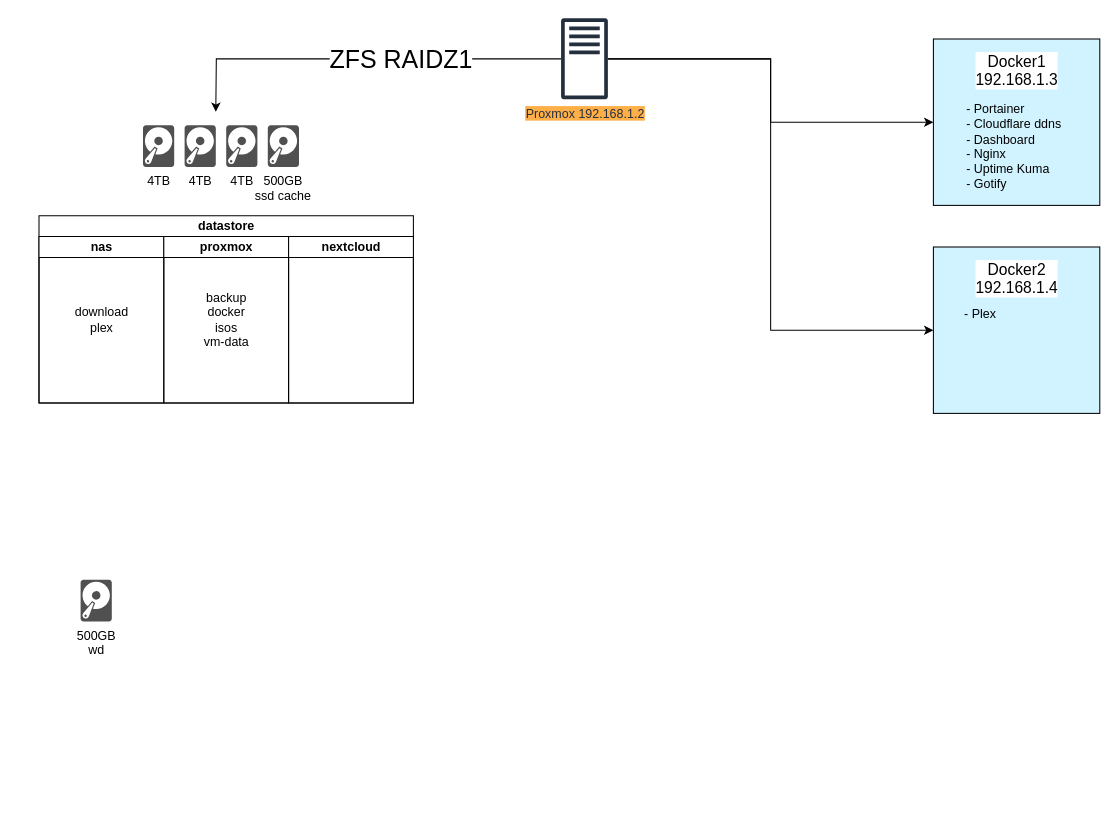
The draw.io diagram Untitled Diagram.drawio in tabzor/fff, before the edit. Source tidied: cells renumbered, new cells numbered last; positions are measured from the earlier drawing's top-left corner, leaving out a move shared by most shapes. Both pictures are drawn from the tidied source at 104%, with x=0, y=0 at pixel (38, 18).
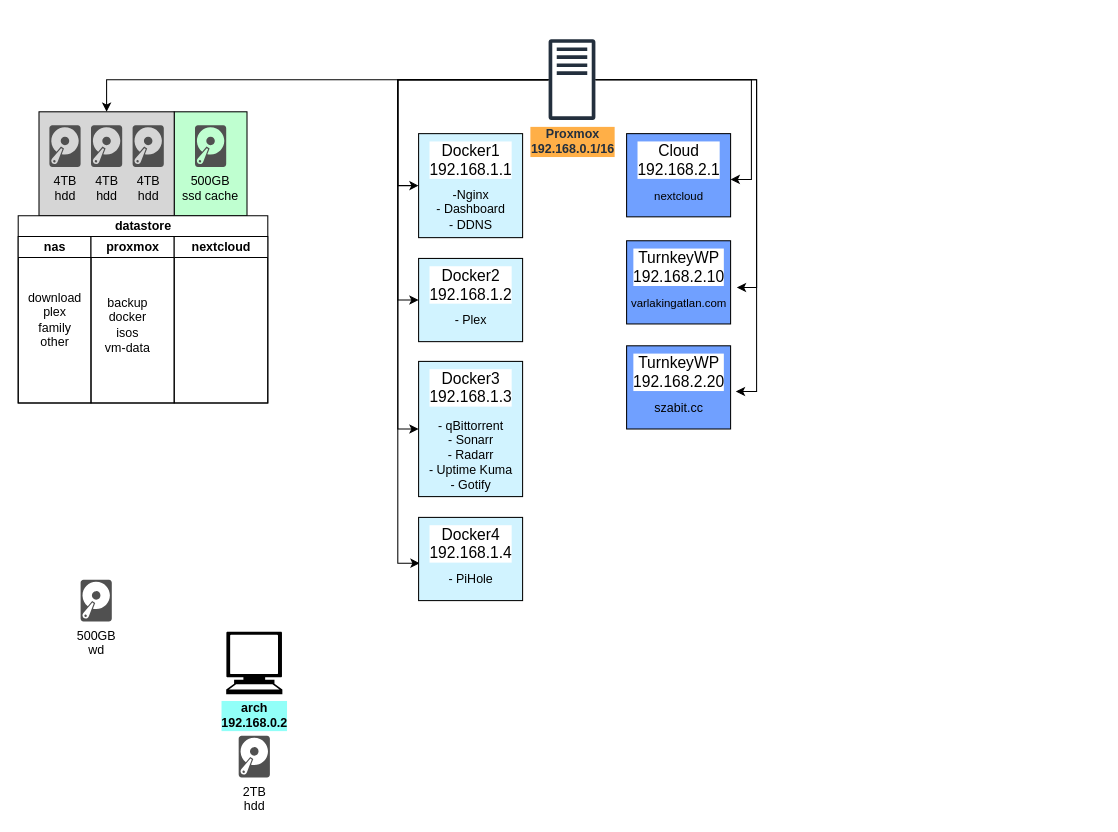
Above is the later version.

Change to the diagram source:
```diff
@@
-    <mxCell id="2" style="edgeStyle=orthogonalEdgeStyle;rounded=0;jettySize=auto;html=1;" parent="1" edge="1" source="6">
-      <mxGeometry relative="1" as="geometry">
-        <mxPoint x="170" y="90" as="targetPoint" />
-      </mxGeometry>
-    </mxCell>
-    <mxCell id="3" value="ZFS RAIDZ1" style="edgeLabel;html=1;align=center;verticalAlign=middle;fontSize=24;" parent="2" vertex="1">
-      <mxGeometry x="-0.19" relative="1" as="geometry" />
-    </mxCell>
+    <mxCell id="24" style="rounded=0;whiteSpace=wrap;html=1;fillColor=#BFFFD0;direction=east;" parent="1" vertex="1">
+      <mxGeometry x="130" y="90" width="70" height="100" as="geometry" />
+    </mxCell>
+    <mxCell id="25" style="rounded=0;whiteSpace=wrap;html=1;fillColor=#D6D6D6;direction=east;" parent="1" vertex="1">
+      <mxGeometry y="90" width="130" height="100" as="geometry" />
+    </mxCell>
@@
-    <mxCell id="5" style="edgeStyle=orthogonalEdgeStyle;rounded=0;jettySize=auto;html=1;entryX=0;entryY=0.5;entryDx=0;entryDy=0;" parent="1" edge="1" source="6" target="21">
+    <mxCell id="5" style="edgeStyle=orthogonalEdgeStyle;rounded=0;jettySize=auto;entryX=0;entryY=0.5;entryDx=0;entryDy=0;html=1;" parent="1" edge="1" source="6" target="21">
       <mxGeometry relative="1" as="geometry" />
     </mxCell>
+    <mxCell id="26" style="edgeStyle=orthogonalEdgeStyle;rounded=0;jettySize=auto;html=1;entryX=0;entryY=0.5;entryDx=0;entryDy=0;" parent="1" edge="1" source="6" target="32">
+      <mxGeometry relative="1" as="geometry" />
+    </mxCell>
+    <mxCell id="27" style="edgeStyle=orthogonalEdgeStyle;rounded=0;jettySize=auto;html=1;entryX=0.01;entryY=0.88;entryDx=0;entryDy=0;entryPerimeter=0;" parent="1" edge="1" source="6" target="40">
+      <mxGeometry relative="1" as="geometry" />
+    </mxCell>
+    <mxCell id="28" style="edgeStyle=orthogonalEdgeStyle;rounded=0;jettySize=auto;html=1;entryX=0.5;entryY=0;entryDx=0;entryDy=0;" parent="1" edge="1" source="6" target="25">
+      <mxGeometry relative="1" as="geometry" />
+    </mxCell>
+    <mxCell id="29" style="edgeStyle=orthogonalEdgeStyle;rounded=0;jettySize=auto;html=1;entryX=1;entryY=0.88;entryDx=0;entryDy=0;entryPerimeter=0;" parent="1" edge="1" source="6" target="42">
+      <mxGeometry relative="1" as="geometry" />
+    </mxCell>
+    <mxCell id="30" style="edgeStyle=orthogonalEdgeStyle;rounded=0;jettySize=auto;html=1;entryX=1.009;entryY=0.9;entryDx=0;entryDy=0;entryPerimeter=0;" parent="1" edge="1" source="6" target="45">
+      <mxGeometry relative="1" as="geometry" />
+    </mxCell>
+    <mxCell id="31" style="edgeStyle=orthogonalEdgeStyle;rounded=0;jettySize=auto;html=1;entryX=1;entryY=0.88;entryDx=0;entryDy=0;entryPerimeter=0;" parent="1" edge="1" source="6" target="48">
+      <mxGeometry relative="1" as="geometry" />
+    </mxCell>
-    <mxCell id="6" value="&lt;div&gt;Proxmox 192.168.1.2&lt;/div&gt;" style="sketch=0;outlineConnect=0;fontColor=#232F3E;gradientColor=none;fillColor=#232F3D;strokeColor=none;dashed=0;verticalLabelPosition=bottom;verticalAlign=top;align=center;html=1;fontSize=12;fontStyle=0;shape=mxgraph.aws4.traditional_server;labelBackgroundColor=#FFAF47;" parent="1" vertex="1">
-      <mxGeometry x="502" width="45" height="78" as="geometry" />
+    <mxCell id="6" value="&lt;div&gt;&lt;b&gt;Proxmox&lt;/b&gt;&lt;/div&gt;&lt;div&gt;&lt;b&gt;192.168.0.1/16&lt;/b&gt;&lt;/div&gt;" style="sketch=0;outlineConnect=0;fontColor=#232F3E;gradientColor=none;fillColor=#232F3D;strokeColor=none;dashed=0;verticalLabelPosition=bottom;verticalAlign=top;align=center;html=1;fontSize=12;fontStyle=0;shape=mxgraph.aws4.traditional_server;labelBackgroundColor=#FFAF47;" parent="1" vertex="1">
+      <mxGeometry x="490" y="20" width="45" height="78" as="geometry" />
     </mxCell>
-    <mxCell id="7" value="&lt;div align=&quot;center&quot;&gt;&lt;br&gt;&lt;/div&gt;" style="whiteSpace=wrap;html=1;align=center;labelBackgroundColor=none;labelBorderColor=none;fillColor=#D1F3FF;" parent="1" vertex="1">
-      <mxGeometry x="860" y="20" width="160" height="160" as="geometry" />
+    <mxCell id="7" value="&lt;div align=&quot;center&quot;&gt;&lt;br&gt;&lt;/div&gt;" style="whiteSpace=wrap;html=1;align=center;labelBackgroundColor=none;labelBorderColor=none;fillColor=#D1F3FF;direction=east;" parent="1" vertex="1">
+      <mxGeometry x="365" y="111" width="100" height="100" as="geometry" />
     </mxCell>
-    <mxCell id="8" value="&lt;div style=&quot;font-size: 15px;&quot;&gt;Docker1&lt;/div&gt;&lt;div style=&quot;font-size: 15px;&quot;&gt;192.168.1.3&lt;/div&gt;" style="text;html=1;align=center;verticalAlign=middle;strokeColor=none;fillColor=none;labelBackgroundColor=default;spacing=1;spacingLeft=0;spacingTop=0;labelPosition=center;verticalLabelPosition=middle;labelBorderColor=none;fontSize=15;" parent="1" vertex="1">
-      <mxGeometry x="890" y="25" width="100" height="50" as="geometry" />
+    <mxCell id="8" value="&lt;div style=&quot;font-size: 15px;&quot;&gt;Docker1&lt;/div&gt;&lt;div style=&quot;font-size: 15px;&quot;&gt;192.168.1.1&lt;/div&gt;" style="text;html=1;align=center;verticalAlign=middle;strokeColor=none;fillColor=none;labelBackgroundColor=default;spacing=1;spacingLeft=0;spacingTop=0;labelPosition=center;verticalLabelPosition=middle;labelBorderColor=none;fontSize=15;horizontal=1;" parent="1" vertex="1">
+      <mxGeometry x="365" y="111" width="100" height="50" as="geometry" />
     </mxCell>
-    <mxCell id="9" value="&lt;div&gt;- Portainer&lt;/div&gt;&lt;div&gt;- Cloudflare ddns&lt;/div&gt;&lt;div&gt;- Dashboard&lt;/div&gt;&lt;div&gt;- Nginx&lt;/div&gt;&lt;div&gt;- Uptime Kuma&lt;/div&gt;&lt;div&gt;- Gotify&lt;/div&gt;&lt;div&gt;&lt;br&gt;&lt;/div&gt;&lt;div&gt;&lt;br&gt;&lt;/div&gt;&lt;div&gt;&lt;br&gt;&lt;/div&gt;" style="text;html=1;align=left;verticalAlign=middle;strokeColor=none;fillColor=none;" parent="1" vertex="1">
-      <mxGeometry x="890" y="75" width="110" height="140" as="geometry" />
-    </mxCell>
-    <mxCell id="10" value="&lt;div&gt;4TB&lt;/div&gt;" style="sketch=0;shadow=0;dashed=0;html=1;strokeColor=none;fillColor=#505050;labelPosition=center;verticalLabelPosition=bottom;verticalAlign=top;align=center;shape=mxgraph.office.devices.hard_disk;" parent="1" vertex="1">
-      <mxGeometry x="100" y="103" width="30" height="40" as="geometry" />
+    <mxCell id="10" value="&lt;div&gt;4TB&lt;/div&gt;&lt;div&gt;hdd&lt;br&gt;&lt;/div&gt;" style="sketch=0;shadow=0;dashed=0;html=1;strokeColor=none;fillColor=#505050;labelPosition=center;verticalLabelPosition=bottom;verticalAlign=top;align=center;shape=mxgraph.office.devices.hard_disk;direction=east;" parent="1" vertex="1">
+      <mxGeometry x="10" y="103" width="30" height="40" as="geometry" />
     </mxCell>
-    <mxCell id="11" value="&lt;div&gt;4TB&lt;/div&gt;" style="sketch=0;shadow=0;dashed=0;html=1;strokeColor=none;fillColor=#505050;labelPosition=center;verticalLabelPosition=bottom;verticalAlign=top;align=center;shape=mxgraph.office.devices.hard_disk;" parent="1" vertex="1">
-      <mxGeometry x="140" y="103" width="30" height="40" as="geometry" />
+    <mxCell id="11" value="&lt;div&gt;4TB&lt;/div&gt;&lt;div&gt;hdd&lt;br&gt;&lt;/div&gt;" style="sketch=0;shadow=0;dashed=0;html=1;strokeColor=none;fillColor=#505050;labelPosition=center;verticalLabelPosition=bottom;verticalAlign=top;align=center;shape=mxgraph.office.devices.hard_disk;direction=east;" parent="1" vertex="1">
+      <mxGeometry x="50" y="103" width="30" height="40" as="geometry" />
     </mxCell>
-    <mxCell id="12" value="&lt;div&gt;4TB&lt;/div&gt;" style="sketch=0;shadow=0;dashed=0;html=1;strokeColor=none;fillColor=#505050;labelPosition=center;verticalLabelPosition=bottom;verticalAlign=top;align=center;shape=mxgraph.office.devices.hard_disk;" parent="1" vertex="1">
-      <mxGeometry x="180" y="103" width="30" height="40" as="geometry" />
+    <mxCell id="12" value="&lt;div&gt;4TB&lt;/div&gt;&lt;div&gt;hdd&lt;/div&gt;" style="sketch=0;shadow=0;dashed=0;html=1;strokeColor=none;fillColor=#505050;labelPosition=center;verticalLabelPosition=bottom;verticalAlign=top;align=center;shape=mxgraph.office.devices.hard_disk;direction=east;" parent="1" vertex="1">
+      <mxGeometry x="90" y="103" width="30" height="40" as="geometry" />
     </mxCell>
-    <mxCell id="13" value="500GB&#10;ssd cache" style="sketch=0;shadow=0;dashed=0;strokeColor=none;fillColor=#505050;labelPosition=center;verticalLabelPosition=bottom;verticalAlign=top;align=center;shape=mxgraph.office.devices.hard_disk;" parent="1" vertex="1">
-      <mxGeometry x="220" y="103" width="30" height="40" as="geometry" />
+    <mxCell id="13" value="500GB&#10;ssd cache" style="sketch=0;shadow=0;dashed=0;strokeColor=none;fillColor=#505050;labelPosition=center;verticalLabelPosition=bottom;verticalAlign=top;align=center;shape=mxgraph.office.devices.hard_disk;direction=east;" parent="1" vertex="1">
+      <mxGeometry x="150" y="103" width="30" height="40" as="geometry" />
     </mxCell>
@@
-    <mxCell id="15" value="datastore" style="swimlane;startSize=20;html=1;" parent="1" vertex="1">
-      <mxGeometry y="190" width="360" height="180" as="geometry" />
+    <mxCell id="15" value="datastore" style="swimlane;startSize=20;html=1;direction=east;" parent="1" vertex="1">
+      <mxGeometry x="-20" y="190" width="240" height="180" as="geometry" />
     </mxCell>
-    <mxCell id="16" value="nas" style="swimlane;startSize=20;html=1;" parent="15" vertex="1">
-      <mxGeometry y="20" width="120" height="160" as="geometry" />
+    <mxCell id="16" value="nas" style="swimlane;startSize=20;html=1;direction=east;" parent="15" vertex="1">
+      <mxGeometry y="20" width="70" height="160" as="geometry" />
     </mxCell>
-    <mxCell id="17" value="&lt;div&gt;download&lt;/div&gt;&lt;div&gt;plex&lt;br&gt;&lt;/div&gt;" style="text;html=1;align=center;verticalAlign=middle;strokeColor=none;fillColor=none;" parent="16" vertex="1">
-      <mxGeometry x="25" y="60" width="70" height="40" as="geometry" />
+    <mxCell id="17" value="&lt;div&gt;download&lt;/div&gt;&lt;div&gt;plex&lt;/div&gt;&lt;div&gt;family&lt;/div&gt;&lt;div&gt;other&lt;br&gt;&lt;/div&gt;" style="text;html=1;align=center;verticalAlign=middle;strokeColor=none;fillColor=none;" parent="16" vertex="1">
+      <mxGeometry y="45" width="70" height="70" as="geometry" />
     </mxCell>
-    <mxCell id="18" value="proxmox" style="swimlane;startSize=20;html=1;" parent="15" vertex="1">
-      <mxGeometry x="120" y="20" width="120" height="160" as="geometry" />
+    <mxCell id="18" value="proxmox" style="swimlane;startSize=20;html=1;direction=east;" parent="15" vertex="1">
+      <mxGeometry x="70" y="20" width="80" height="160" as="geometry" />
     </mxCell>
     <mxCell id="19" value="&lt;div&gt;backup&lt;/div&gt;&lt;div&gt;docker&lt;/div&gt;&lt;div&gt;isos&lt;/div&gt;&lt;div&gt;vm-data&lt;br&gt;&lt;/div&gt;" style="text;html=1;align=center;verticalAlign=middle;strokeColor=none;fillColor=none;" parent="18" vertex="1">
-      <mxGeometry x="25" y="45" width="70" height="70" as="geometry" />
+      <mxGeometry y="50" width="70" height="70" as="geometry" />
     </mxCell>
-    <mxCell id="20" value="nextcloud" style="swimlane;startSize=20;html=1;" parent="15" vertex="1">
-      <mxGeometry x="240" y="20" width="120" height="160" as="geometry" />
+    <mxCell id="20" value="nextcloud" style="swimlane;startSize=20;html=1;direction=east;" parent="15" vertex="1">
+      <mxGeometry x="150" y="20" width="90" height="160" as="geometry" />
     </mxCell>
-    <mxCell id="21" value="&lt;div align=&quot;center&quot;&gt;&lt;br&gt;&lt;/div&gt;" style="whiteSpace=wrap;html=1;align=center;labelBackgroundColor=none;labelBorderColor=none;fillColor=#D1F3FF;" parent="1" vertex="1">
-      <mxGeometry x="860" y="220" width="160" height="160" as="geometry" />
+    <mxCell id="21" value="&lt;div align=&quot;center&quot;&gt;&lt;br&gt;&lt;/div&gt;" style="whiteSpace=wrap;html=1;align=center;labelBackgroundColor=none;labelBorderColor=none;fillColor=#D1F3FF;direction=east;" parent="1" vertex="1">
+      <mxGeometry x="365" y="231" width="100" height="80" as="geometry" />
     </mxCell>
-    <mxCell id="22" value="&lt;div style=&quot;font-size: 15px;&quot;&gt;Docker2&lt;/div&gt;&lt;div style=&quot;font-size: 15px;&quot;&gt;192.168.1.4&lt;/div&gt;" style="text;html=1;align=center;verticalAlign=middle;strokeColor=none;fillColor=none;labelBackgroundColor=default;spacing=1;spacingLeft=0;spacingTop=0;labelPosition=center;verticalLabelPosition=middle;labelBorderColor=none;fontSize=15;" parent="1" vertex="1">
-      <mxGeometry x="890" y="225" width="100" height="50" as="geometry" />
+    <mxCell id="22" value="&lt;div style=&quot;font-size: 15px;&quot;&gt;Docker2&lt;/div&gt;&lt;div style=&quot;font-size: 15px;&quot;&gt;192.168.1.2&lt;/div&gt;" style="text;html=1;align=center;verticalAlign=middle;strokeColor=none;fillColor=none;labelBackgroundColor=default;spacing=1;spacingLeft=0;spacingTop=0;labelPosition=center;verticalLabelPosition=middle;labelBorderColor=none;fontSize=15;" parent="1" vertex="1">
+      <mxGeometry x="365" y="231" width="100" height="50" as="geometry" />
     </mxCell>
-    <mxCell id="23" value="- Plex" style="text;align=left;verticalAlign=middle;strokeColor=none;fillColor=none;labelPosition=center;verticalLabelPosition=middle;spacing=0;html=1;" parent="1" vertex="1">
-      <mxGeometry x="890" y="275" width="50" height="20" as="geometry" />
+    <mxCell id="23" value="&lt;div&gt;- Plex&lt;/div&gt;" style="text;align=center;verticalAlign=middle;strokeColor=none;fillColor=none;labelPosition=center;verticalLabelPosition=middle;spacing=0;html=1;" parent="1" vertex="1">
+      <mxGeometry x="390" y="281" width="50" height="20" as="geometry" />
     </mxCell>
+    <mxCell id="32" value="&lt;div align=&quot;center&quot;&gt;&lt;br&gt;&lt;/div&gt;" style="whiteSpace=wrap;html=1;align=center;labelBackgroundColor=none;labelBorderColor=none;fillColor=#D1F3FF;direction=east;" parent="1" vertex="1">
+      <mxGeometry x="365" y="330" width="100" height="130" as="geometry" />
+    </mxCell>
+    <mxCell id="33" value="&lt;div style=&quot;font-size: 15px;&quot;&gt;Docker3&lt;/div&gt;&lt;div style=&quot;font-size: 15px;&quot;&gt;192.168.1.3&lt;/div&gt;" style="text;html=1;align=center;verticalAlign=middle;strokeColor=none;fillColor=none;labelBackgroundColor=default;spacing=1;spacingLeft=0;spacingTop=0;labelPosition=center;verticalLabelPosition=middle;labelBorderColor=none;fontSize=15;" parent="1" vertex="1">
+      <mxGeometry x="365" y="330" width="100" height="50" as="geometry" />
+    </mxCell>
+    <mxCell id="34" value="&lt;div&gt;- qBittorrent&lt;/div&gt;&lt;div&gt;- Sonarr&lt;/div&gt;&lt;div&gt;- Radarr&lt;/div&gt;&lt;div&gt;&lt;div&gt;- Uptime Kuma&lt;/div&gt;&lt;div&gt;- Gotify&lt;/div&gt;&lt;/div&gt;" style="text;align=center;verticalAlign=middle;strokeColor=none;fillColor=none;labelPosition=center;verticalLabelPosition=middle;spacing=0;html=1;" parent="1" vertex="1">
+      <mxGeometry x="365" y="380" width="100" height="80" as="geometry" />
+    </mxCell>
+    <mxCell id="35" value="&lt;div&gt;&lt;b&gt;arch&lt;/b&gt;&lt;/div&gt;&lt;div&gt;&lt;b&gt;192.168.0.2&lt;br&gt;&lt;/b&gt;&lt;/div&gt;" style="shape=mxgraph.signs.tech.computer;html=1;fillColor=#000000;strokeColor=none;verticalLabelPosition=bottom;verticalAlign=top;align=center;labelBackgroundColor=#91FFF8;" parent="1" vertex="1">
+      <mxGeometry x="180" y="590" width="54" height="60" as="geometry" />
+    </mxCell>
+    <mxCell id="36" value="&lt;div&gt;2TB&lt;/div&gt;&lt;div&gt;hdd&lt;br&gt;&lt;/div&gt;" style="sketch=0;shadow=0;dashed=0;html=1;strokeColor=none;fillColor=#505050;labelPosition=center;verticalLabelPosition=bottom;verticalAlign=top;align=center;shape=mxgraph.office.devices.hard_disk;" parent="1" vertex="1">
+      <mxGeometry x="192" y="690" width="30" height="40" as="geometry" />
+    </mxCell>
+    <mxCell id="37" style="rounded=0;whiteSpace=wrap;html=1;labelBackgroundColor=none;fillColor=#70A0FF;" parent="1" vertex="1">
+      <mxGeometry x="565" y="315" width="100" height="80" as="geometry" />
+    </mxCell>
+    <mxCell id="38" value="&lt;div&gt;-Nginx&lt;/div&gt;&lt;div&gt;- Dashboard&lt;/div&gt;&lt;div&gt;- DDNS&lt;br&gt;&lt;/div&gt;" style="text;html=1;align=center;verticalAlign=middle;strokeColor=none;fillColor=none;" parent="1" vertex="1">
+      <mxGeometry x="370" y="154" width="90" height="60" as="geometry" />
+    </mxCell>
+    <mxCell id="39" value="&lt;div align=&quot;center&quot;&gt;&lt;br&gt;&lt;/div&gt;" style="whiteSpace=wrap;html=1;align=center;labelBackgroundColor=none;labelBorderColor=none;fillColor=#D1F3FF;direction=east;" parent="1" vertex="1">
+      <mxGeometry x="365" y="480" width="100" height="80" as="geometry" />
+    </mxCell>
+    <mxCell id="40" value="&lt;div style=&quot;font-size: 15px;&quot;&gt;Docker4&lt;/div&gt;&lt;div style=&quot;font-size: 15px;&quot;&gt;192.168.1.4&lt;/div&gt;" style="text;html=1;align=center;verticalAlign=middle;points=[];strokeColor=none;fillColor=none;labelBackgroundColor=default;spacing=1;spacingLeft=0;spacingTop=0;labelPosition=center;verticalLabelPosition=middle;labelBorderColor=none;fontSize=15;" parent="1" vertex="1">
+      <mxGeometry x="365" y="480" width="100" height="50" as="geometry" />
+    </mxCell>
+    <mxCell id="41" value="- PiHole" style="text;align=center;verticalAlign=middle;strokeColor=none;fillColor=none;labelPosition=center;verticalLabelPosition=middle;spacing=0;html=1;" parent="1" vertex="1">
+      <mxGeometry x="385" y="530" width="60" height="20" as="geometry" />
+    </mxCell>
+    <mxCell id="42" value="&lt;div style=&quot;font-size: 15px;&quot;&gt;TurnkeyWP&lt;br&gt;&lt;/div&gt;&lt;div style=&quot;font-size: 15px;&quot;&gt;192.168.2.20&lt;/div&gt;" style="text;html=1;align=center;verticalAlign=middle;points=[];strokeColor=none;fillColor=none;labelBackgroundColor=default;spacing=1;spacingLeft=0;spacingTop=0;labelPosition=center;verticalLabelPosition=middle;labelBorderColor=none;fontSize=15;horizontal=1;" parent="1" vertex="1">
+      <mxGeometry x="560" y="315" width="110" height="50" as="geometry" />
+    </mxCell>
+    <mxCell id="43" value="szabit.cc" style="text;align=center;verticalAlign=middle;strokeColor=none;fillColor=none;labelPosition=center;verticalLabelPosition=middle;spacing=0;html=1;" parent="1" vertex="1">
+      <mxGeometry x="580" y="365" width="70" height="20" as="geometry" />
+    </mxCell>
+    <mxCell id="44" style="rounded=0;whiteSpace=wrap;html=1;labelBackgroundColor=none;fillColor=#70A0FF;" parent="1" vertex="1">
+      <mxGeometry x="565" y="214" width="100" height="80" as="geometry" />
+    </mxCell>
+    <mxCell id="45" value="&lt;div style=&quot;font-size: 15px;&quot;&gt;TurnkeyWP&lt;br&gt;&lt;/div&gt;&lt;div style=&quot;font-size: 15px;&quot;&gt;192.168.2.10&lt;/div&gt;" style="text;html=1;align=center;verticalAlign=middle;points=[];strokeColor=none;fillColor=none;labelBackgroundColor=default;spacing=1;spacingLeft=0;spacingTop=0;labelPosition=center;verticalLabelPosition=middle;labelBorderColor=none;fontSize=15;horizontal=1;" parent="1" vertex="1">
+      <mxGeometry x="560" y="214" width="110" height="50" as="geometry" />
+    </mxCell>
+    <mxCell id="46" value="varlakingatlan.com" style="text;align=center;verticalAlign=middle;strokeColor=none;fillColor=none;labelPosition=center;verticalLabelPosition=middle;spacing=0;html=1;fontSize=11;" parent="1" vertex="1">
+      <mxGeometry x="560" y="264" width="110" height="20" as="geometry" />
+    </mxCell>
+    <mxCell id="47" style="rounded=0;whiteSpace=wrap;html=1;labelBackgroundColor=none;fillColor=#70A0FF;" parent="1" vertex="1">
+      <mxGeometry x="565" y="111" width="100" height="80" as="geometry" />
+    </mxCell>
+    <mxCell id="48" value="&lt;div style=&quot;font-size: 15px;&quot;&gt;Cloud&lt;br&gt;&lt;/div&gt;&lt;div style=&quot;font-size: 15px;&quot;&gt;192.168.2.1&lt;/div&gt;" style="text;html=1;align=center;verticalAlign=middle;points=[];strokeColor=none;fillColor=none;labelBackgroundColor=default;spacing=1;spacingLeft=0;spacingTop=0;labelPosition=center;verticalLabelPosition=middle;labelBorderColor=none;fontSize=15;horizontal=1;" parent="1" vertex="1">
+      <mxGeometry x="565" y="111" width="100" height="50" as="geometry" />
+    </mxCell>
+    <mxCell id="49" value="nextcloud" style="text;align=center;verticalAlign=middle;strokeColor=none;fillColor=none;labelPosition=center;verticalLabelPosition=middle;spacing=0;html=1;fontSize=11;" parent="1" vertex="1">
+      <mxGeometry x="580" y="161" width="70" height="20" as="geometry" />
+    </mxCell>
```
